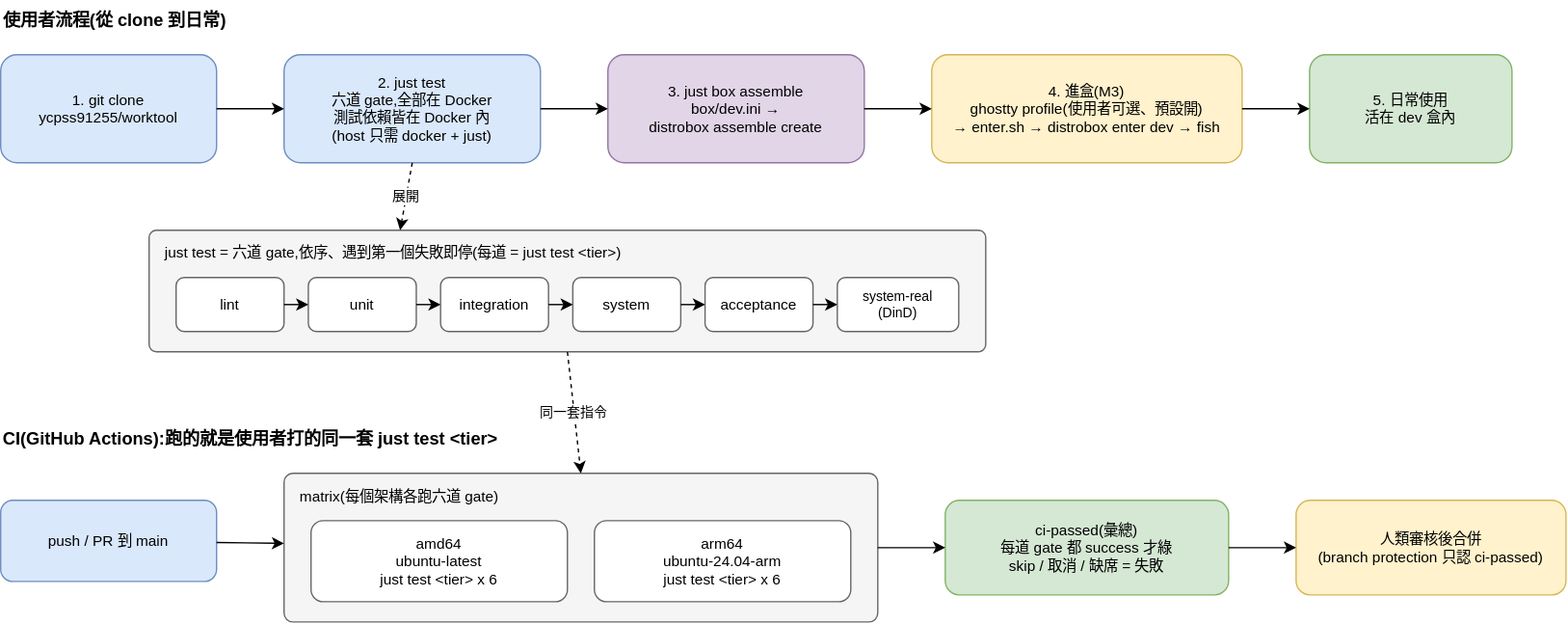
ycpss91255/worktool keeps this draw.io diagram as doc/diagram/flow.drawio.svg. Above is the earlier version. Source tidied: cells renumbered, new cells last; positions are measured from the earlier drawing's top-left corner, leaving out a move shared by most shapes.
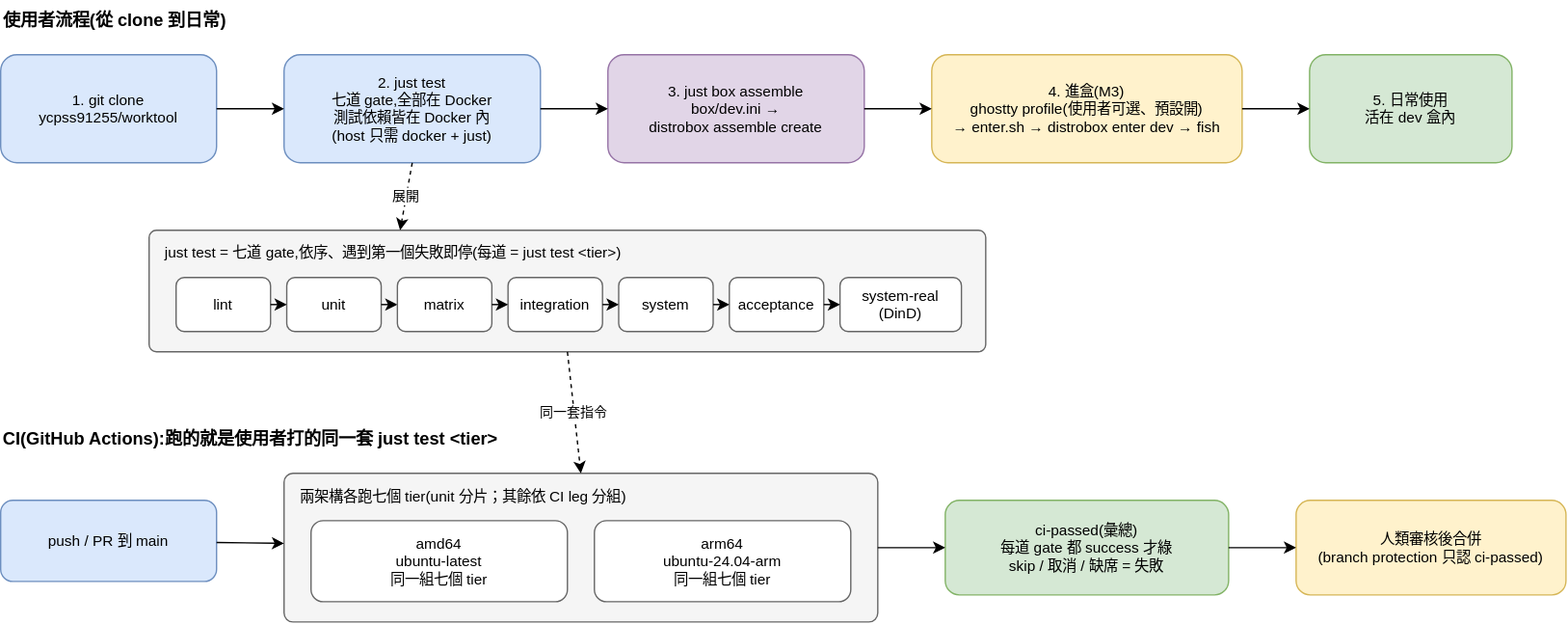
The same file after the commit.

Change to the diagram source:
```diff
@@ -8,7 +8,7 @@
     <mxCell id="3" value="1. git clone&#10;ycpss91255/worktool" style="rounded=1;fillColor=#dae8fc;strokeColor=#6c8ebf;fontSize=11;" parent="1" vertex="1">
       <mxGeometry y="40" width="160" height="80" as="geometry" />
     </mxCell>
-    <mxCell id="4" value="2. just test&#10;六道 gate,全部在 Docker&#10;測試依賴皆在 Docker 內&#10;(host 只需 docker + just)" style="rounded=1;fillColor=#dae8fc;strokeColor=#6c8ebf;fontSize=11;" parent="1" vertex="1">
+    <mxCell id="4" value="2. just test&#10;七道 gate,全部在 Docker&#10;測試依賴皆在 Docker 內&#10;(host 只需 docker + just)" style="rounded=1;fillColor=#dae8fc;strokeColor=#6c8ebf;fontSize=11;html=0;" parent="1" vertex="1">
       <mxGeometry x="210" y="40" width="190" height="80" as="geometry" />
     </mxCell>
     <mxCell id="5" value="3. just box assemble&#10;box/dev.ini →&#10;distrobox assemble create" style="rounded=1;fillColor=#e1d5e7;strokeColor=#9673a6;fontSize=11;" parent="1" vertex="1">
@@ -32,31 +32,31 @@
     <mxCell id="11" style="endArrow=classic;" parent="1" edge="1" source="6" target="7">
       <mxGeometry relative="1" as="geometry" />
     </mxCell>
-    <mxCell id="12" value="just test = 六道 gate,依序、遇到第一個失敗即停(每道 = just test &lt;tier&gt;)" style="rounded=1;arcSize=6;verticalAlign=top;align=left;spacingLeft=10;spacingTop=4;fillColor=#f5f5f5;strokeColor=#666666;fontSize=11;" parent="1" vertex="1">
+    <mxCell id="12" value="just test = 七道 gate,依序、遇到第一個失敗即停(每道 = just test &lt;tier&gt;)" style="rounded=1;arcSize=6;verticalAlign=top;align=left;spacingLeft=10;spacingTop=4;fillColor=#f5f5f5;strokeColor=#666666;fontSize=11;html=0;" parent="1" vertex="1">
       <mxGeometry x="110" y="170" width="620" height="90" as="geometry" />
     </mxCell>
-    <mxCell id="13" value="lint" style="rounded=1;fillColor=#ffffff;strokeColor=#666666;fontSize=11;" parent="1" vertex="1">
-      <mxGeometry x="130" y="205" width="80" height="40" as="geometry" />
+    <mxCell id="13" value="lint" style="rounded=1;fillColor=#ffffff;strokeColor=#666666;fontSize=11;html=0;" parent="1" vertex="1">
+      <mxGeometry x="130" y="205" width="70" height="40" as="geometry" />
     </mxCell>
-    <mxCell id="14" value="unit" style="rounded=1;fillColor=#ffffff;strokeColor=#666666;fontSize=11;" parent="1" vertex="1">
-      <mxGeometry x="228" y="205" width="80" height="40" as="geometry" />
+    <mxCell id="14" value="unit" style="rounded=1;fillColor=#ffffff;strokeColor=#666666;fontSize=11;html=0;" parent="1" vertex="1">
+      <mxGeometry x="212" y="205" width="70" height="40" as="geometry" />
     </mxCell>
-    <mxCell id="15" value="integration" style="rounded=1;fillColor=#ffffff;strokeColor=#666666;fontSize=11;" parent="1" vertex="1">
-      <mxGeometry x="326" y="205" width="80" height="40" as="geometry" />
+    <mxCell id="15" value="integration" style="rounded=1;fillColor=#ffffff;strokeColor=#666666;fontSize=11;html=0;" parent="1" vertex="1">
+      <mxGeometry x="376" y="205" width="70" height="40" as="geometry" />
     </mxCell>
-    <mxCell id="16" value="system" style="rounded=1;fillColor=#ffffff;strokeColor=#666666;fontSize=11;" parent="1" vertex="1">
-      <mxGeometry x="424" y="205" width="80" height="40" as="geometry" />
+    <mxCell id="16" value="system" style="rounded=1;fillColor=#ffffff;strokeColor=#666666;fontSize=11;html=0;" parent="1" vertex="1">
+      <mxGeometry x="458" y="205" width="70" height="40" as="geometry" />
     </mxCell>
-    <mxCell id="17" value="acceptance" style="rounded=1;fillColor=#ffffff;strokeColor=#666666;fontSize=11;" parent="1" vertex="1">
-      <mxGeometry x="522" y="205" width="80" height="40" as="geometry" />
+    <mxCell id="17" value="acceptance" style="rounded=1;fillColor=#ffffff;strokeColor=#666666;fontSize=11;html=0;" parent="1" vertex="1">
+      <mxGeometry x="540" y="205" width="70" height="40" as="geometry" />
     </mxCell>
-    <mxCell id="18" value="system-real&#10;(DinD)" style="rounded=1;fillColor=#ffffff;strokeColor=#666666;fontSize=10;" parent="1" vertex="1">
-      <mxGeometry x="620" y="205" width="90" height="40" as="geometry" />
+    <mxCell id="18" value="system-real&#10;(DinD)" style="rounded=1;fillColor=#ffffff;strokeColor=#666666;fontSize=11;html=0;" parent="1" vertex="1">
+      <mxGeometry x="622" y="205" width="90" height="40" as="geometry" />
     </mxCell>
     <mxCell id="19" style="endArrow=classic;" parent="1" edge="1" source="13" target="14">
       <mxGeometry relative="1" as="geometry" />
     </mxCell>
-    <mxCell id="20" style="endArrow=classic;" parent="1" edge="1" source="14" target="15">
+    <mxCell id="20" style="endArrow=classic;exitX=1;exitY=0.5;entryX=0;entryY=0.5;html=0;" parent="1" edge="1" source="14" target="36">
       <mxGeometry relative="1" as="geometry" />
     </mxCell>
     <mxCell id="21" style="endArrow=classic;" parent="1" edge="1" source="15" target="16">
@@ -77,13 +77,13 @@
     <mxCell id="26" value="push / PR 到 main" style="rounded=1;fillColor=#dae8fc;strokeColor=#6c8ebf;fontSize=11;" parent="1" vertex="1">
       <mxGeometry y="370" width="160" height="60" as="geometry" />
     </mxCell>
-    <mxCell id="27" value="matrix(每個架構各跑六道 gate)" style="rounded=1;arcSize=6;verticalAlign=top;align=left;spacingLeft=10;spacingTop=4;fillColor=#f5f5f5;strokeColor=#666666;fontSize=11;" parent="1" vertex="1">
+    <mxCell id="27" value="兩架構各跑七個 tier(unit 分片；其餘依 CI leg 分組)" style="rounded=1;arcSize=6;verticalAlign=top;align=left;spacingLeft=10;spacingTop=4;fillColor=#f5f5f5;strokeColor=#666666;fontSize=11;html=0;" parent="1" vertex="1">
       <mxGeometry x="210" y="350" width="440" height="110" as="geometry" />
     </mxCell>
-    <mxCell id="28" value="amd64&#10;ubuntu-latest&#10;just test &lt;tier&gt; x 6" style="rounded=1;fillColor=#ffffff;strokeColor=#666666;fontSize=11;" parent="1" vertex="1">
+    <mxCell id="28" value="amd64&#10;ubuntu-latest&#10;同一組七個 tier" style="rounded=1;fillColor=#ffffff;strokeColor=#666666;fontSize=11;html=0;" parent="1" vertex="1">
       <mxGeometry x="230" y="385" width="190" height="60" as="geometry" />
     </mxCell>
-    <mxCell id="29" value="arm64&#10;ubuntu-24.04-arm&#10;just test &lt;tier&gt; x 6" style="rounded=1;fillColor=#ffffff;strokeColor=#666666;fontSize=11;" parent="1" vertex="1">
+    <mxCell id="29" value="arm64&#10;ubuntu-24.04-arm&#10;同一組七個 tier" style="rounded=1;fillColor=#ffffff;strokeColor=#666666;fontSize=11;html=0;" parent="1" vertex="1">
       <mxGeometry x="440" y="385" width="190" height="60" as="geometry" />
     </mxCell>
     <mxCell id="30" value="ci-passed(彙總)&#10;每道 gate 都 success 才綠&#10;skip / 取消 / 缺席 = 失敗" style="rounded=1;fillColor=#d5e8d4;strokeColor=#82b366;fontSize=11;" parent="1" vertex="1">
@@ -104,5 +104,11 @@
     <mxCell id="35" value="同一套指令" style="dashed=1;endArrow=classic;fontSize=10;exitX=0.5;exitY=1;exitDx=0;exitDy=0;entryX=0.5;entryY=0;entryDx=0;entryDy=0;" parent="1" edge="1" source="12" target="27">
       <mxGeometry relative="1" as="geometry" />
     </mxCell>
+    <mxCell id="36" value="matrix" style="rounded=1;fillColor=#ffffff;strokeColor=#666666;fontSize=11;html=0;" parent="1" vertex="1">
+      <mxGeometry x="294" y="205" width="70" height="40" as="geometry" />
+    </mxCell>
+    <mxCell id="37" style="endArrow=classic;exitX=1;exitY=0.5;entryX=0;entryY=0.5;html=0;" parent="1" edge="1" source="36" target="15">
+      <mxGeometry relative="1" as="geometry" />
+    </mxCell>
   </root>
 </mxGraphModel>
```
